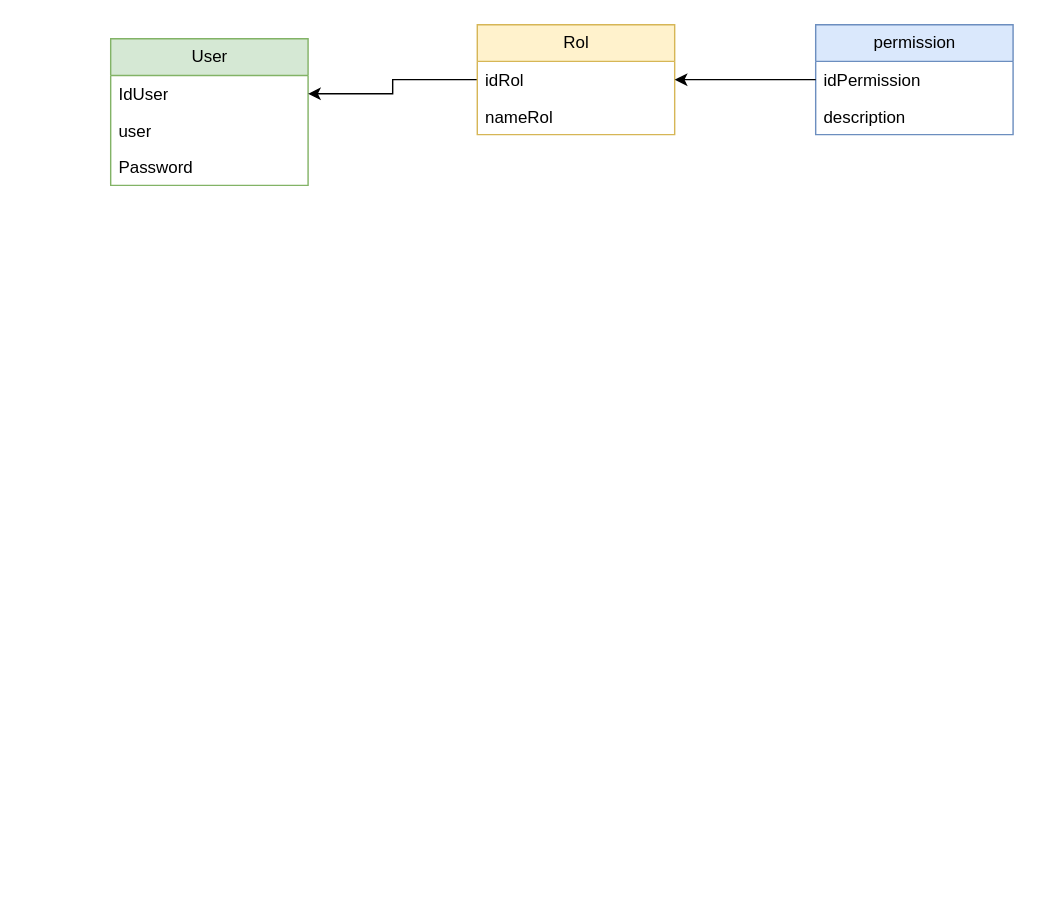
archimart/ProyectoOrden keeps this draw.io diagram as Diagrama sin título.drawio. Above is the earlier version. Source tidied: cells renumbered, new cells numbered last; positions are measured from the earlier drawing's top-left corner, leaving out a move shared by most shapes. Both pictures are drawn from the tidied source at 141%, with x=0, y=0 at pixel (110, 24).
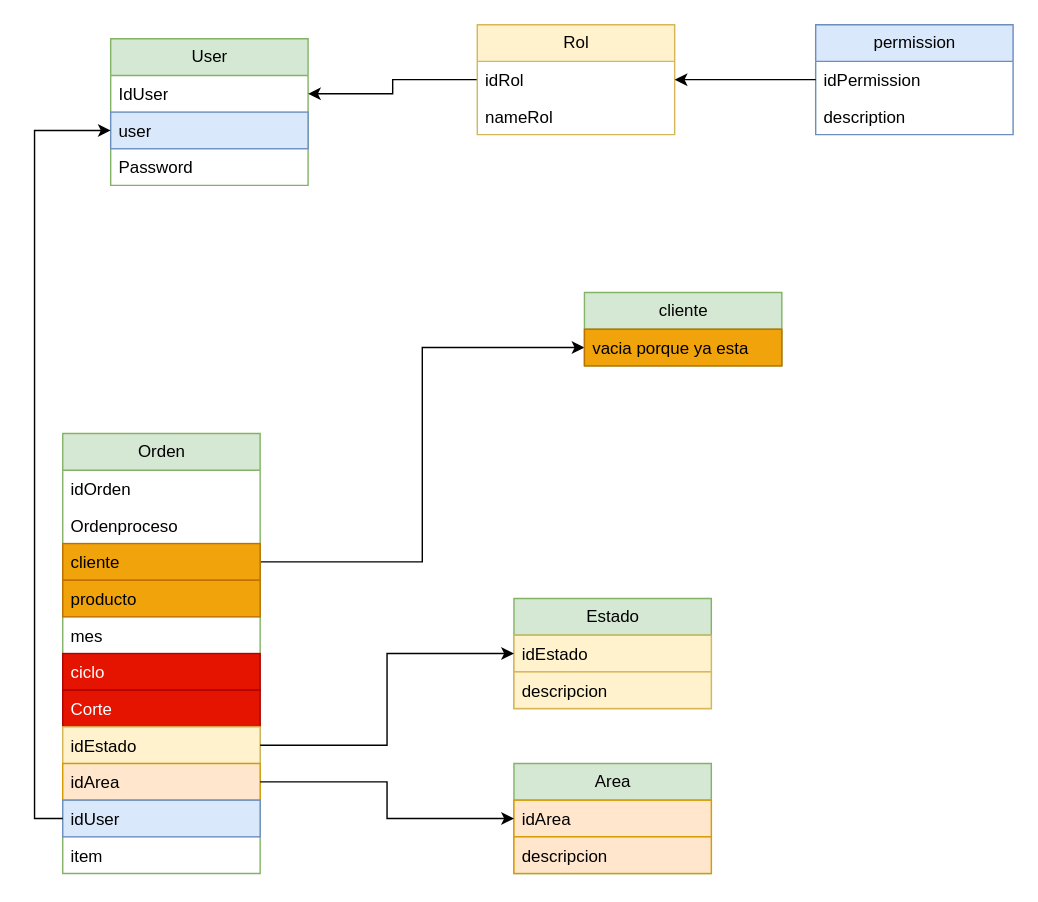
The same diagram, later.

Unchanged cells that the change refers to:
```xml
<mxCell id="2" value="User" style="swimlane;fontStyle=0;horizontal=1;startSize=26;fillColor=#d5e8d4;html=1;strokeColor=#82b366;" parent="1" vertex="1">
  <mxGeometry y="10" width="140" height="104" as="geometry" />
</mxCell>
```

Change to the diagram source:
```diff
@@
-    <mxCell id="4" value="user" style="text;strokeColor=none;fillColor=none;align=left;verticalAlign=top;spacingLeft=4;spacingRight=4;overflow=hidden;points=[[0,0.5],[1,0.5]];portConstraint=eastwest;whiteSpace=wrap;html=1;" parent="2" vertex="1">
+    <mxCell id="4" value="user" style="text;strokeColor=#6c8ebf;fillColor=#dae8fc;align=left;verticalAlign=top;spacingLeft=4;spacingRight=4;overflow=hidden;points=[[0,0.5],[1,0.5]];portConstraint=eastwest;whiteSpace=wrap;html=1;" parent="2" vertex="1">
       <mxGeometry y="52" width="140" height="26" as="geometry" />
     </mxCell>
@@
+    <mxCell id="14" style="edgeStyle=orthogonalEdgeStyle;rounded=0;jettySize=auto;html=1;" parent="1" edge="1" source="18" target="28">
+      <mxGeometry relative="1" as="geometry" />
+    </mxCell>
+    <mxCell id="15" value="Orden" style="swimlane;fontStyle=0;horizontal=1;startSize=26;fillColor=#d5e8d4;html=1;strokeColor=#82b366;" parent="1" vertex="1">
+      <mxGeometry x="-34" y="290" width="140" height="312" as="geometry" />
+    </mxCell>
+    <mxCell id="16" value="idOrden" style="text;strokeColor=none;fillColor=none;align=left;verticalAlign=top;spacingLeft=4;spacingRight=4;overflow=hidden;whiteSpace=wrap;html=1;" parent="15" vertex="1">
+      <mxGeometry y="26" width="140" height="26" as="geometry" />
+    </mxCell>
+    <mxCell id="17" value="Ordenproceso" style="text;strokeColor=none;fillColor=none;align=left;verticalAlign=top;spacingLeft=4;spacingRight=4;overflow=hidden;whiteSpace=wrap;html=1;" parent="15" vertex="1">
+      <mxGeometry y="52" width="140" height="26" as="geometry" />
+    </mxCell>
+    <mxCell id="18" value="cliente" style="text;align=left;verticalAlign=top;spacingLeft=4;spacingRight=4;overflow=hidden;points=[[0,0.5],[1,0.5]];portConstraint=eastwest;whiteSpace=wrap;html=1;fillColor=#f0a30a;fontColor=#000000;strokeColor=#BD7000;" parent="15" vertex="1">
+      <mxGeometry y="78" width="140" height="26" as="geometry" />
+    </mxCell>
+    <mxCell id="19" value="producto" style="text;align=left;verticalAlign=top;spacingLeft=4;spacingRight=4;overflow=hidden;whiteSpace=wrap;html=1;fillColor=#f0a30a;fontColor=#000000;strokeColor=#BD7000;" parent="15" vertex="1">
+      <mxGeometry y="104" width="140" height="26" as="geometry" />
+    </mxCell>
+    <mxCell id="20" value="mes" style="text;align=left;verticalAlign=top;spacingLeft=4;spacingRight=4;overflow=hidden;whiteSpace=wrap;html=1;" parent="15" vertex="1">
+      <mxGeometry y="130" width="140" height="26" as="geometry" />
+    </mxCell>
+    <mxCell id="21" value="ciclo" style="text;strokeColor=#B20000;fillColor=#e51400;align=left;verticalAlign=top;spacingLeft=4;spacingRight=4;overflow=hidden;whiteSpace=wrap;html=1;fontColor=#ffffff;" parent="15" vertex="1">
+      <mxGeometry y="156" width="140" height="26" as="geometry" />
+    </mxCell>
+    <mxCell id="22" value="Corte" style="text;strokeColor=#B20000;fillColor=#e51400;align=left;verticalAlign=top;spacingLeft=4;spacingRight=4;overflow=hidden;whiteSpace=wrap;html=1;fontColor=#ffffff;" parent="15" vertex="1">
+      <mxGeometry y="182" width="140" height="26" as="geometry" />
+    </mxCell>
+    <mxCell id="23" value="idEstado" style="text;strokeColor=#d6b656;fillColor=#fff2cc;align=left;verticalAlign=top;spacingLeft=4;spacingRight=4;overflow=hidden;points=[[0,0.5],[1,0.5]];portConstraint=eastwest;whiteSpace=wrap;html=1;" parent="15" vertex="1">
+      <mxGeometry y="208" width="140" height="26" as="geometry" />
+    </mxCell>
+    <mxCell id="24" value="idArea" style="text;strokeColor=#d79b00;fillColor=#ffe6cc;align=left;verticalAlign=top;spacingLeft=4;spacingRight=4;overflow=hidden;points=[[0,0.5],[1,0.5]];portConstraint=eastwest;whiteSpace=wrap;html=1;" parent="15" vertex="1">
+      <mxGeometry y="234" width="140" height="26" as="geometry" />
+    </mxCell>
+    <mxCell id="25" value="idUser" style="text;strokeColor=#6c8ebf;fillColor=#dae8fc;align=left;verticalAlign=top;spacingLeft=4;spacingRight=4;overflow=hidden;points=[[0,0.5],[1,0.5]];portConstraint=eastwest;whiteSpace=wrap;html=1;" parent="15" vertex="1">
+      <mxGeometry y="260" width="140" height="26" as="geometry" />
+    </mxCell>
+    <mxCell id="26" value="item" style="text;strokeColor=none;fillColor=none;align=left;verticalAlign=top;spacingLeft=4;spacingRight=4;overflow=hidden;whiteSpace=wrap;html=1;" parent="15" vertex="1">
+      <mxGeometry y="286" width="140" height="26" as="geometry" />
+    </mxCell>
+    <mxCell id="27" value="cliente" style="swimlane;fontStyle=0;horizontal=1;startSize=26;fillColor=#d5e8d4;html=1;strokeColor=#82b366;" parent="1" vertex="1">
+      <mxGeometry x="336" y="190" width="140" height="52" as="geometry" />
+    </mxCell>
+    <mxCell id="28" value="vacia porque ya esta" style="text;strokeColor=#BD7000;fillColor=#f0a30a;align=left;verticalAlign=top;spacingLeft=4;spacingRight=4;overflow=hidden;points=[[0,0.5],[1,0.5]];portConstraint=eastwest;whiteSpace=wrap;html=1;fontColor=#000000;" parent="27" vertex="1">
+      <mxGeometry y="26" width="140" height="26" as="geometry" />
+    </mxCell>
+    <mxCell id="29" value="Estado" style="swimlane;fontStyle=0;horizontal=1;startSize=26;fillColor=#d5e8d4;html=1;strokeColor=#82b366;" parent="1" vertex="1">
+      <mxGeometry x="286" y="407" width="140" height="78" as="geometry" />
+    </mxCell>
+    <mxCell id="30" value="idEstado" style="text;strokeColor=#d6b656;fillColor=#fff2cc;align=left;verticalAlign=top;spacingLeft=4;spacingRight=4;overflow=hidden;points=[[0,0.5],[1,0.5]];portConstraint=eastwest;whiteSpace=wrap;html=1;" parent="29" vertex="1">
+      <mxGeometry y="26" width="140" height="26" as="geometry" />
+    </mxCell>
+    <mxCell id="31" value="descripcion" style="text;strokeColor=#d6b656;fillColor=#fff2cc;align=left;verticalAlign=top;spacingLeft=4;spacingRight=4;overflow=hidden;whiteSpace=wrap;html=1;" parent="29" vertex="1">
+      <mxGeometry y="52" width="140" height="26" as="geometry" />
+    </mxCell>
+    <mxCell id="32" style="edgeStyle=orthogonalEdgeStyle;rounded=0;jettySize=auto;html=1;" parent="1" edge="1" source="23" target="30">
+      <mxGeometry relative="1" as="geometry" />
+    </mxCell>
+    <mxCell id="33" value="Area" style="swimlane;fontStyle=0;horizontal=1;startSize=26;fillColor=#d5e8d4;html=1;strokeColor=#82b366;" parent="1" vertex="1">
+      <mxGeometry x="286" y="524" width="140" height="78" as="geometry" />
+    </mxCell>
+    <mxCell id="34" value="idArea" style="text;strokeColor=#d79b00;fillColor=#ffe6cc;align=left;verticalAlign=top;spacingLeft=4;spacingRight=4;overflow=hidden;whiteSpace=wrap;html=1;" parent="33" vertex="1">
+      <mxGeometry y="26" width="140" height="26" as="geometry" />
+    </mxCell>
+    <mxCell id="35" value="descripcion" style="text;strokeColor=#d79b00;fillColor=#ffe6cc;align=left;verticalAlign=top;spacingLeft=4;spacingRight=4;overflow=hidden;whiteSpace=wrap;html=1;" parent="33" vertex="1">
+      <mxGeometry y="52" width="140" height="26" as="geometry" />
+    </mxCell>
+    <mxCell id="36" style="edgeStyle=orthogonalEdgeStyle;rounded=0;jettySize=auto;html=1;entryX=0;entryY=0.5;entryDx=0;entryDy=0;" parent="1" edge="1" source="24" target="33">
+      <mxGeometry relative="1" as="geometry" />
+    </mxCell>
+    <mxCell id="37" style="edgeStyle=orthogonalEdgeStyle;rounded=0;jettySize=auto;html=1;exitX=0;exitY=0.5;exitDx=0;exitDy=0;entryX=0;entryY=0.5;entryDx=0;entryDy=0;" parent="1" edge="1" source="25" target="4">
+      <mxGeometry relative="1" as="geometry" />
+    </mxCell>
```
